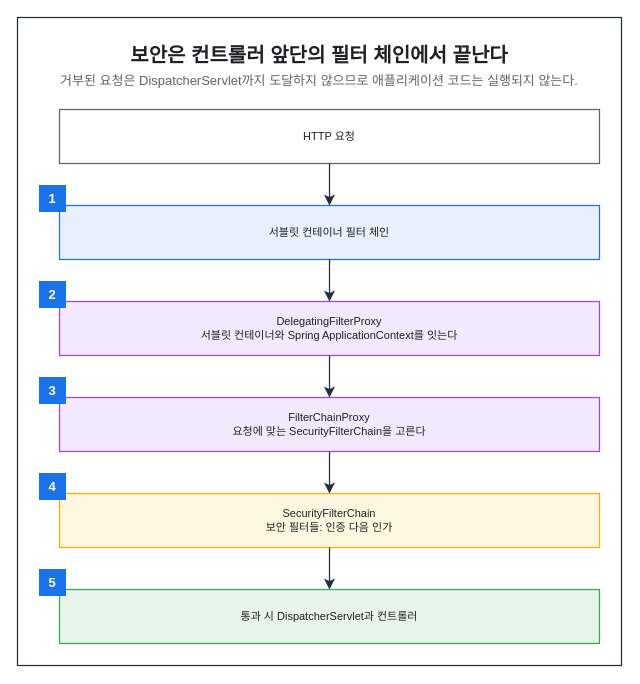
Before: assets/img/spring/spring-23-security-filter-chain.drawio in KKamJi98/kkamji98.github.io, a draw.io diagram. Source tidied: cells renumbered, new cells numbered last; positions are measured from the earlier drawing's top-left corner, leaving out a move shared by most shapes. Both pictures are drawn from the tidied source at 100%, with x=0, y=0 at pixel (17, 17).
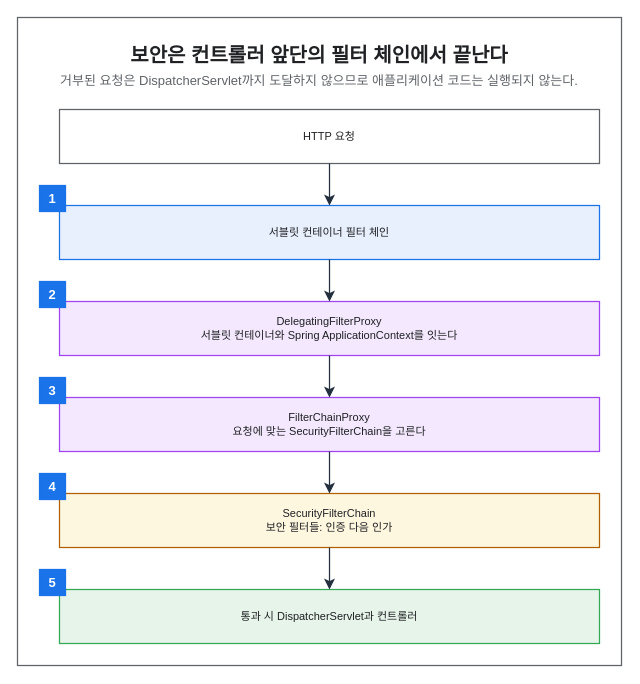
Above is the later version.

What changed in the source:
```diff
@@
-    <mxCell id="2" style="rounded=0;html=0;fillColor=none;strokeColor=#232F3E;fontColor=#202124;strokeWidth=1.25;" parent="1" vertex="1">
+    <mxCell id="2" style="rounded=0;html=0;fillColor=none;strokeColor=#5F6368;fontColor=#202124;strokeWidth=1.25;" parent="1" vertex="1">
       <mxGeometry width="604" height="648" as="geometry" />
     </mxCell>
@@
-    <mxCell id="9" value="SecurityFilterChain&#10;보안 필터들: 인증 다음 인가" style="rounded=0;whiteSpace=wrap;html=0;fillColor=#FEF7E0;strokeColor=#F9AB00;fontColor=#202124;fontSize=11;fontStyle=0;align=center;verticalAlign=middle;spacingLeft=6;spacingRight=6;strokeWidth=1.25;" parent="1" vertex="1">
+    <mxCell id="9" value="SecurityFilterChain&#10;보안 필터들: 인증 다음 인가" style="rounded=0;whiteSpace=wrap;html=0;fillColor=#FEF7E0;strokeColor=#B06000;fontColor=#202124;fontSize=11;fontStyle=0;align=center;verticalAlign=middle;spacingLeft=6;spacingRight=6;strokeWidth=1.25;" parent="1" vertex="1">
       <mxGeometry x="42" y="476" width="540" height="54" as="geometry" />
     </mxCell>
@@
-    <mxCell id="11" value="1" style="rounded=0;whiteSpace=wrap;html=0;fillColor=#1A73E8;strokeColor=#1A73E8;fontColor=#FFFFFF;fontSize=13;fontStyle=1;align=center;verticalAlign=middle;" parent="1" vertex="1">
+    <mxCell id="11" value="1" style="rounded=0;whiteSpace=wrap;html=0;fillColor=#1A73E8;strokeColor=#1A73E8;fontColor=#FFFFFF;fontSize=13;fontStyle=1;align=center;verticalAlign=middle;strokeWidth=1.25;" parent="1" vertex="1">
       <mxGeometry x="22" y="168" width="26" height="26" as="geometry" />
     </mxCell>
-    <mxCell id="12" value="2" style="rounded=0;whiteSpace=wrap;html=0;fillColor=#1A73E8;strokeColor=#1A73E8;fontColor=#FFFFFF;fontSize=13;fontStyle=1;align=center;verticalAlign=middle;" parent="1" vertex="1">
+    <mxCell id="12" value="2" style="rounded=0;whiteSpace=wrap;html=0;fillColor=#1A73E8;strokeColor=#1A73E8;fontColor=#FFFFFF;fontSize=13;fontStyle=1;align=center;verticalAlign=middle;strokeWidth=1.25;" parent="1" vertex="1">
       <mxGeometry x="22" y="264" width="26" height="26" as="geometry" />
     </mxCell>
-    <mxCell id="13" value="3" style="rounded=0;whiteSpace=wrap;html=0;fillColor=#1A73E8;strokeColor=#1A73E8;fontColor=#FFFFFF;fontSize=13;fontStyle=1;align=center;verticalAlign=middle;" parent="1" vertex="1">
+    <mxCell id="13" value="3" style="rounded=0;whiteSpace=wrap;html=0;fillColor=#1A73E8;strokeColor=#1A73E8;fontColor=#FFFFFF;fontSize=13;fontStyle=1;align=center;verticalAlign=middle;strokeWidth=1.25;" parent="1" vertex="1">
       <mxGeometry x="22" y="360" width="26" height="26" as="geometry" />
     </mxCell>
-    <mxCell id="14" value="4" style="rounded=0;whiteSpace=wrap;html=0;fillColor=#1A73E8;strokeColor=#1A73E8;fontColor=#FFFFFF;fontSize=13;fontStyle=1;align=center;verticalAlign=middle;" parent="1" vertex="1">
+    <mxCell id="14" value="4" style="rounded=0;whiteSpace=wrap;html=0;fillColor=#1A73E8;strokeColor=#1A73E8;fontColor=#FFFFFF;fontSize=13;fontStyle=1;align=center;verticalAlign=middle;strokeWidth=1.25;" parent="1" vertex="1">
       <mxGeometry x="22" y="456" width="26" height="26" as="geometry" />
     </mxCell>
-    <mxCell id="15" value="5" style="rounded=0;whiteSpace=wrap;html=0;fillColor=#1A73E8;strokeColor=#1A73E8;fontColor=#FFFFFF;fontSize=13;fontStyle=1;align=center;verticalAlign=middle;" parent="1" vertex="1">
+    <mxCell id="15" value="5" style="rounded=0;whiteSpace=wrap;html=0;fillColor=#1A73E8;strokeColor=#1A73E8;fontColor=#FFFFFF;fontSize=13;fontStyle=1;align=center;verticalAlign=middle;strokeWidth=1.25;" parent="1" vertex="1">
       <mxGeometry x="22" y="552" width="26" height="26" as="geometry" />
     </mxCell>
```
